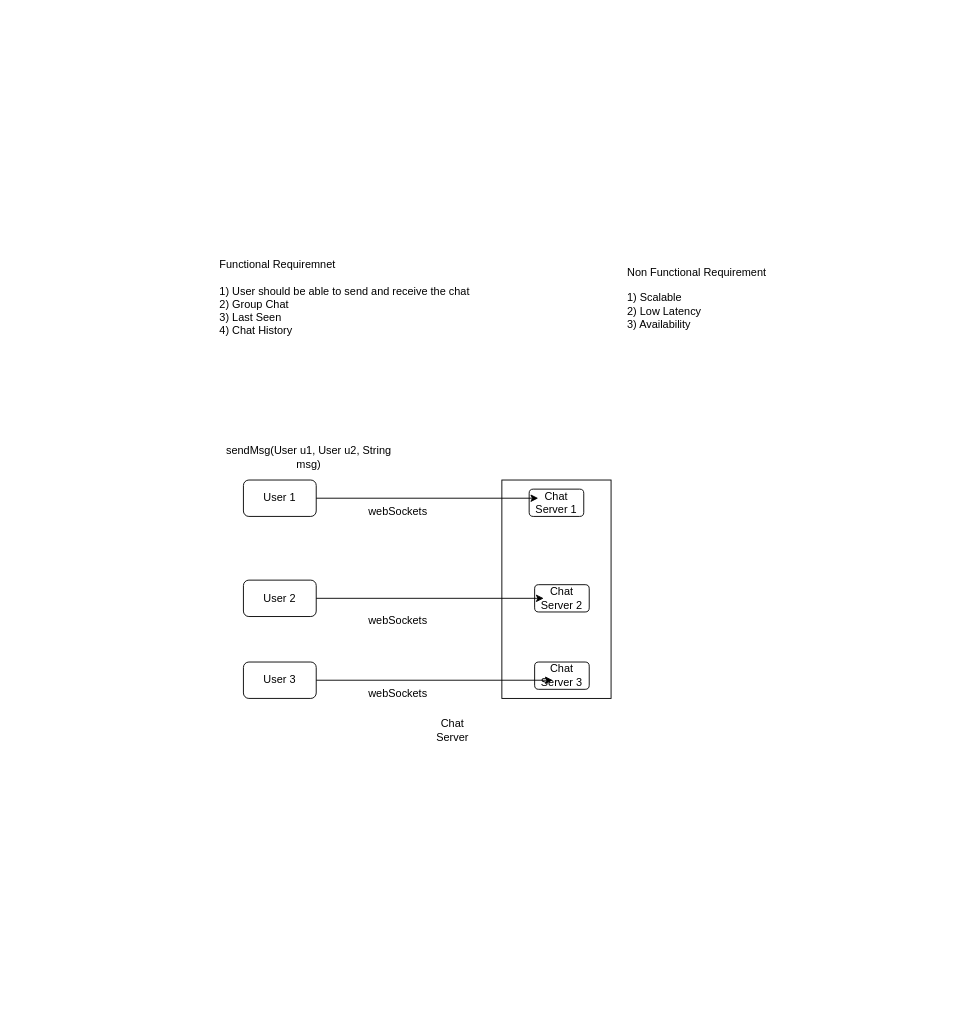
The draw.io diagram WhatsappDesign.drawio in GARVITBHARDWAJ/SystemDesign, before the edit. Source tidied: cells renumbered, new cells numbered last; positions are measured from the earlier drawing's top-left corner, leaving out a move shared by most shapes. Both pictures are drawn from the tidied source at 91%, with x=0, y=0 at pixel (217, 197).
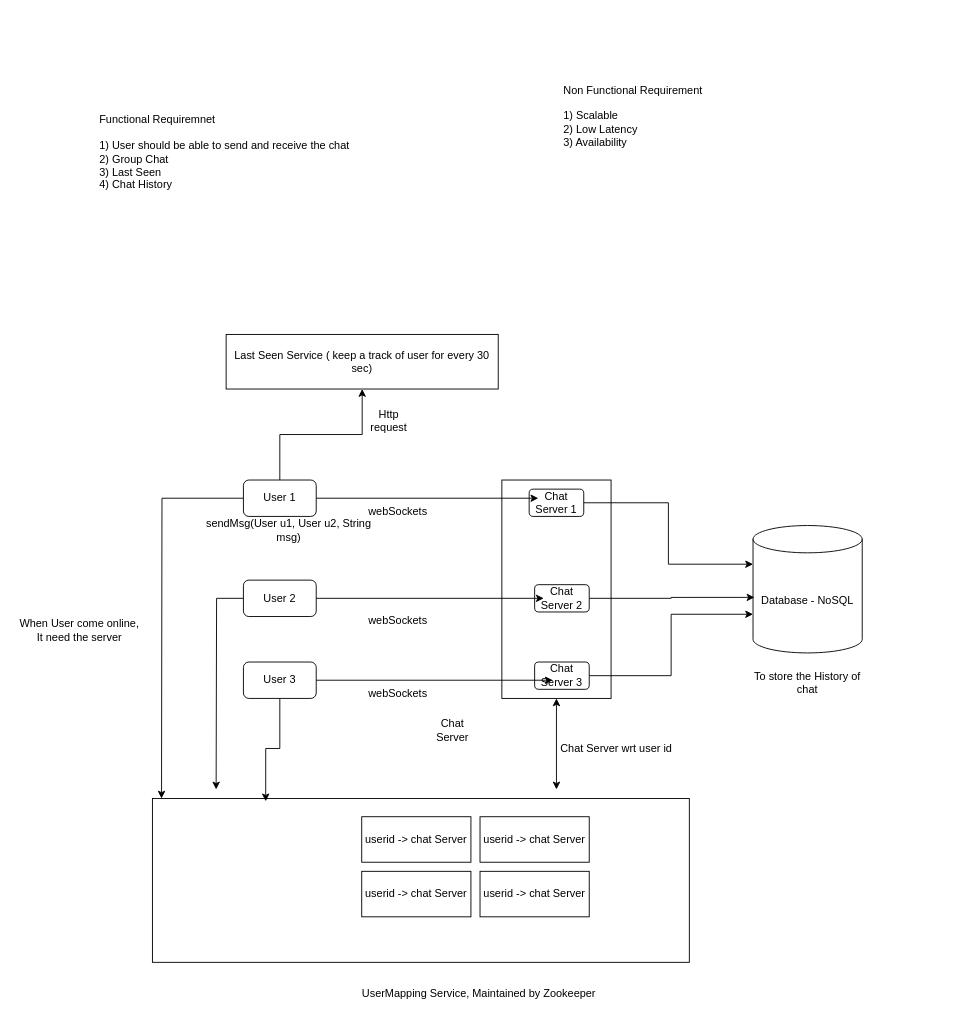
The same page after the edit.

Unchanged cells that the change refers to:
```xml
<mxCell id="2" value="User 1" style="rounded=1;whiteSpace=wrap;html=1;" parent="1" vertex="1">
  <mxGeometry x="28" y="310" width="80" height="40" as="geometry" />
</mxCell>
<mxCell id="3" value="User 2" style="rounded=1;whiteSpace=wrap;html=1;" parent="1" vertex="1">
  <mxGeometry x="28" y="420" width="80" height="40" as="geometry" />
</mxCell>
<mxCell id="4" value="User 3" style="rounded=1;whiteSpace=wrap;html=1;" parent="1" vertex="1">
  <mxGeometry x="28" y="510" width="80" height="40" as="geometry" />
</mxCell>
<mxCell id="5" style="rounded=0;whiteSpace=wrap;html=1;" parent="1" vertex="1">
  <mxGeometry x="312" y="310" width="120" height="240" as="geometry" />
</mxCell>
<mxCell id="6" value="Chat Server 1" style="rounded=1;whiteSpace=wrap;html=1;" parent="1" vertex="1">
  <mxGeometry x="342" y="320" width="60" height="30" as="geometry" />
</mxCell>
<mxCell id="7" value="Chat Server 2" style="rounded=1;whiteSpace=wrap;html=1;" parent="1" vertex="1">
  <mxGeometry x="348" y="425" width="60" height="30" as="geometry" />
</mxCell>
<mxCell id="8" value="Chat Server 3" style="rounded=1;whiteSpace=wrap;html=1;" parent="1" vertex="1">
  <mxGeometry x="348" y="510" width="60" height="30" as="geometry" />
</mxCell>
```

What changed in the source:
```diff
@@
+    <mxCell id="19" style="edgeStyle=orthogonalEdgeStyle;rounded=0;jettySize=auto;html=1;" parent="1" edge="1" source="2">
+      <mxGeometry relative="1" as="geometry">
+        <mxPoint x="-62" y="660" as="targetPoint" />
+      </mxGeometry>
+    </mxCell>
+    <mxCell id="20" style="edgeStyle=orthogonalEdgeStyle;rounded=0;jettySize=auto;html=1;" parent="1" edge="1" source="2" target="32">
+      <mxGeometry relative="1" as="geometry" />
+    </mxCell>
@@
+    <mxCell id="21" style="edgeStyle=orthogonalEdgeStyle;rounded=0;jettySize=auto;html=1;" parent="1" edge="1" source="3">
+      <mxGeometry relative="1" as="geometry">
+        <mxPoint x="-2" y="650" as="targetPoint" />
+      </mxGeometry>
+    </mxCell>
@@
+    <mxCell id="22" style="edgeStyle=orthogonalEdgeStyle;rounded=0;jettySize=auto;html=1;entryX=0.211;entryY=0.017;entryDx=0;entryDy=0;entryPerimeter=0;" parent="1" edge="1" source="4" target="27">
+      <mxGeometry relative="1" as="geometry" />
+    </mxCell>
@@
     <mxCell id="13" value="Functional Requiremnet&lt;div&gt;&lt;br&gt;&lt;/div&gt;&lt;div&gt;1) User should be able to send and receive the chat&lt;br&gt;2) Group Chat&lt;br&gt;3) Last Seen&lt;br&gt;4) Chat History&lt;/div&gt;" style="text;html=1;align=left;verticalAlign=middle;whiteSpace=wrap;rounded=0;" parent="1" vertex="1">
-      <mxGeometry width="370" height="220" as="geometry" />
+      <mxGeometry x="-132" y="-160" width="370" height="220" as="geometry" />
     </mxCell>
     <mxCell id="14" value="&lt;div&gt;Non Functional Requirement&lt;/div&gt;&lt;div&gt;&lt;br&gt;&lt;/div&gt;&lt;div&gt;1) Scalable&lt;br&gt;2) Low Latency&lt;br&gt;3) Availability&lt;/div&gt;" style="text;html=1;align=left;verticalAlign=middle;whiteSpace=wrap;rounded=0;" parent="1" vertex="1">
-      <mxGeometry x="448" width="370" height="220" as="geometry" />
+      <mxGeometry x="378" y="-200" width="370" height="220" as="geometry" />
     </mxCell>
     <mxCell id="15" value="sendMsg(User u1, User u2, String msg)" style="text;html=1;align=center;verticalAlign=middle;whiteSpace=wrap;rounded=0;fontFamily=Helvetica;fontSize=12;fontColor=default;" parent="1" vertex="1">
-      <mxGeometry y="270" width="200" height="30" as="geometry" />
+      <mxGeometry x="-22" y="350" width="200" height="30" as="geometry" />
     </mxCell>
@@
+    <mxCell id="23" value="userid -&amp;gt; chat Server" style="rounded=0;whiteSpace=wrap;html=1;" parent="1" vertex="1">
+      <mxGeometry x="158" y="680" width="120" height="50" as="geometry" />
+    </mxCell>
+    <mxCell id="24" value="userid -&amp;gt; chat Server" style="rounded=0;whiteSpace=wrap;html=1;" parent="1" vertex="1">
+      <mxGeometry x="288" y="680" width="120" height="50" as="geometry" />
+    </mxCell>
+    <mxCell id="25" value="userid -&amp;gt; chat Server" style="rounded=0;whiteSpace=wrap;html=1;" parent="1" vertex="1">
+      <mxGeometry x="288" y="740" width="120" height="50" as="geometry" />
+    </mxCell>
+    <mxCell id="26" value="userid -&amp;gt; chat Server" style="rounded=0;whiteSpace=wrap;html=1;" parent="1" vertex="1">
+      <mxGeometry x="158" y="740" width="120" height="50" as="geometry" />
+    </mxCell>
+    <mxCell id="27" style="rounded=0;whiteSpace=wrap;html=1;fillColor=none;" parent="1" vertex="1">
+      <mxGeometry x="-72" y="660" width="590" height="180" as="geometry" />
+    </mxCell>
+    <mxCell id="28" value="UserMapping Service, Maintained by Zookeeper" style="text;html=1;align=center;verticalAlign=middle;whiteSpace=wrap;rounded=0;" parent="1" vertex="1">
+      <mxGeometry x="142" y="860" width="290" height="30" as="geometry" />
+    </mxCell>
+    <mxCell id="29" style="endArrow=classic;startArrow=classic;html=1;rounded=0;entryX=0.5;entryY=1;entryDx=0;entryDy=0;" parent="1" edge="1" target="5">
+      <mxGeometry relative="1" as="geometry">
+        <mxPoint x="372" y="650" as="sourcePoint" />
+      </mxGeometry>
+    </mxCell>
+    <mxCell id="30" value="Chat Server wrt user id" style="text;html=1;align=center;verticalAlign=middle;whiteSpace=wrap;rounded=0;" parent="1" vertex="1">
+      <mxGeometry x="348" y="590" width="180" height="30" as="geometry" />
+    </mxCell>
+    <mxCell id="31" value="When User come online, It need the server" style="text;html=1;align=center;verticalAlign=middle;whiteSpace=wrap;rounded=0;" parent="1" vertex="1">
+      <mxGeometry x="-222" y="460" width="140" height="30" as="geometry" />
+    </mxCell>
+    <mxCell id="32" value="Last Seen Service ( keep a track of user for every 30 sec)" style="rounded=0;whiteSpace=wrap;html=1;" parent="1" vertex="1">
+      <mxGeometry x="9" y="150" width="299" height="60" as="geometry" />
+    </mxCell>
+    <mxCell id="33" value="Http request" style="text;html=1;align=center;verticalAlign=middle;whiteSpace=wrap;rounded=0;" parent="1" vertex="1">
+      <mxGeometry x="158" y="230" width="60" height="30" as="geometry" />
+    </mxCell>
+    <mxCell id="34" value="Database - NoSQL" style="shape=cylinder3;whiteSpace=wrap;html=1;boundedLbl=1;backgroundOutline=1;size=15;" parent="1" vertex="1">
+      <mxGeometry x="588" y="360" width="120" height="140" as="geometry" />
+    </mxCell>
+    <mxCell id="35" style="edgeStyle=orthogonalEdgeStyle;rounded=0;jettySize=auto;html=1;entryX=0.013;entryY=0.564;entryDx=0;entryDy=0;entryPerimeter=0;" parent="1" edge="1" source="7" target="34">
+      <mxGeometry relative="1" as="geometry" />
+    </mxCell>
+    <mxCell id="36" style="edgeStyle=orthogonalEdgeStyle;rounded=0;jettySize=auto;html=1;entryX=0;entryY=0;entryDx=0;entryDy=42.5;entryPerimeter=0;" parent="1" edge="1" source="6" target="34">
+      <mxGeometry relative="1" as="geometry" />
+    </mxCell>
+    <mxCell id="37" style="edgeStyle=orthogonalEdgeStyle;rounded=0;jettySize=auto;html=1;entryX=0;entryY=0;entryDx=0;entryDy=97.5;entryPerimeter=0;" parent="1" edge="1" source="8" target="34">
+      <mxGeometry relative="1" as="geometry" />
+    </mxCell>
+    <mxCell id="38" value="To store the History of chat" style="text;html=1;align=center;verticalAlign=middle;whiteSpace=wrap;rounded=0;" parent="1" vertex="1">
+      <mxGeometry x="588" y="515" width="120" height="35" as="geometry" />
+    </mxCell>
```
